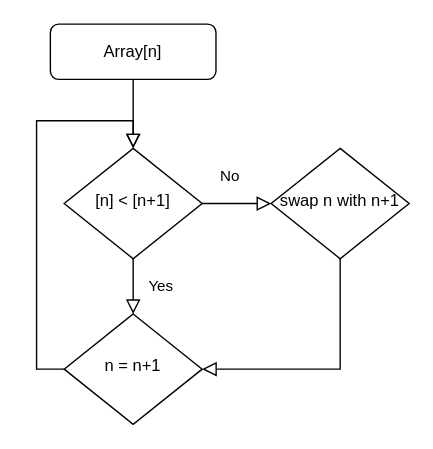
Before: Schufer/Challenge-SortingCo.drawio in ChrisSchufer/FE21-Algorithms-DAY1-Christoph-Idris, a draw.io diagram. Source tidied: cells renumbered, new cells numbered last; positions are measured from the earlier drawing's top-left corner, leaving out a move shared by most shapes. Both pictures are drawn from the tidied source at 138%, with x=0, y=0 at pixel (36, 23).
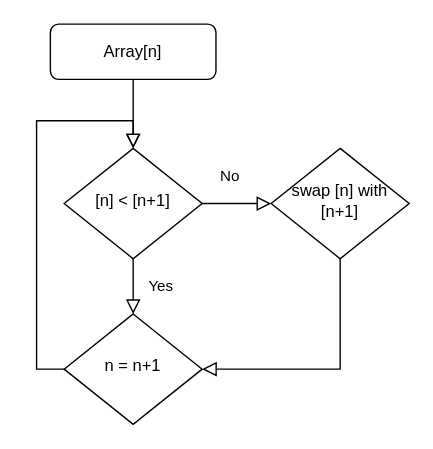
Above is the later version.

What changed in the source:
```diff
@@
 <mxGraphModel>
   <root>
     <mxCell id="0" />
     <mxCell id="1" parent="0" />
     <mxCell id="2" style="rounded=0;html=1;jettySize=auto;fontSize=11;endArrow=block;endFill=0;endSize=8;strokeWidth=1;shadow=0;labelBackgroundColor=none;edgeStyle=orthogonalEdgeStyle;" parent="1" edge="1" source="3" target="6">
       <mxGeometry relative="1" as="geometry" />
     </mxCell>
     <mxCell id="3" value="Array[n]" style="rounded=1;whiteSpace=wrap;html=1;fontSize=12;glass=0;strokeWidth=1;shadow=0;" parent="1" vertex="1">
       <mxGeometry x="10" width="120" height="40" as="geometry" />
     </mxCell>
     <mxCell id="4" value="Yes" style="rounded=0;html=1;jettySize=auto;fontSize=11;endArrow=block;endFill=0;endSize=8;strokeWidth=1;shadow=0;labelBackgroundColor=none;edgeStyle=orthogonalEdgeStyle;" parent="1" edge="1" source="6" target="7">
       <mxGeometry y="20" relative="1" as="geometry" />
     </mxCell>
     <mxCell id="5" value="No" style="edgeStyle=orthogonalEdgeStyle;rounded=0;html=1;jettySize=auto;fontSize=11;endArrow=block;endFill=0;endSize=8;strokeWidth=1;shadow=0;labelBackgroundColor=none;entryX=0;entryY=0.5;entryDx=0;entryDy=0;" parent="1" edge="1" source="6" target="9">
       <mxGeometry x="-0.2" y="20" relative="1" as="geometry">
         <Array as="points">
           <mxPoint x="150" y="130" />
           <mxPoint x="150" y="130" />
         </Array>
       </mxGeometry>
     </mxCell>
     <mxCell id="6" value="[n] &amp;lt; [n+1]" style="rhombus;whiteSpace=wrap;html=1;shadow=0;fontFamily=Helvetica;fontSize=12;align=center;strokeWidth=1;spacing=6;spacingTop=-4;" parent="1" vertex="1">
       <mxGeometry x="20" y="90" width="100" height="80" as="geometry" />
     </mxCell>
     <mxCell id="7" value="n = n+1" style="rhombus;whiteSpace=wrap;html=1;shadow=0;fontFamily=Helvetica;fontSize=12;align=center;strokeWidth=1;spacing=6;spacingTop=-4;" parent="1" vertex="1">
       <mxGeometry x="20" y="210" width="100" height="80" as="geometry" />
     </mxCell>
     <mxCell id="8" style="rounded=0;html=1;jettySize=auto;fontSize=11;endArrow=block;endFill=0;endSize=8;strokeWidth=1;shadow=0;labelBackgroundColor=none;edgeStyle=orthogonalEdgeStyle;exitX=0;exitY=0.5;exitDx=0;exitDy=0;entryX=0.5;entryY=0;entryDx=0;entryDy=0;" parent="1" edge="1" source="7" target="6">
       <mxGeometry y="20" relative="1" as="geometry">
         <Array as="points">
           <mxPoint y="250" />
           <mxPoint y="70" />
           <mxPoint x="70" y="70" />
         </Array>
       </mxGeometry>
     </mxCell>
-    <mxCell id="9" value="swap n with n+1" style="rhombus;whiteSpace=wrap;html=1;shadow=0;fontFamily=Helvetica;fontSize=12;align=center;strokeWidth=1;spacing=6;spacingTop=-4;" parent="1" vertex="1">
+    <mxCell id="9" value="swap [n] with [n+1]" style="rhombus;whiteSpace=wrap;html=1;shadow=0;fontFamily=Helvetica;fontSize=12;align=center;strokeWidth=1;spacing=6;spacingTop=-4;" parent="1" vertex="1">
       <mxGeometry x="170" y="90" width="100" height="80" as="geometry" />
     </mxCell>
     <mxCell id="10" style="rounded=0;html=1;jettySize=auto;fontSize=11;endArrow=block;endFill=0;endSize=8;strokeWidth=1;shadow=0;labelBackgroundColor=none;edgeStyle=orthogonalEdgeStyle;exitX=0.5;exitY=1;exitDx=0;exitDy=0;entryX=1;entryY=0.5;entryDx=0;entryDy=0;" parent="1" edge="1" source="9" target="7">
       <mxGeometry y="20" relative="1" as="geometry">
         <Array as="points">
           <mxPoint x="220" y="250" />
         </Array>
       </mxGeometry>
     </mxCell>
   </root>
 </mxGraphModel>
```
